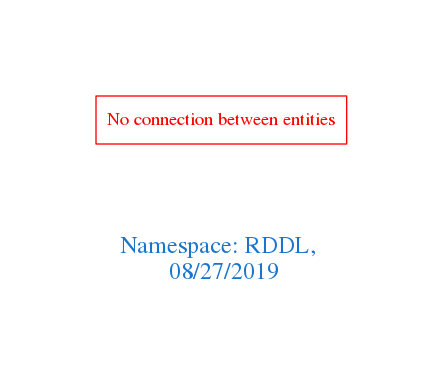
arago/OGIT keeps this Graphviz diagram as downloads/RDDL.png. Above is the earlier version. Its source is kept beside it as downloads/RDDL.dot.
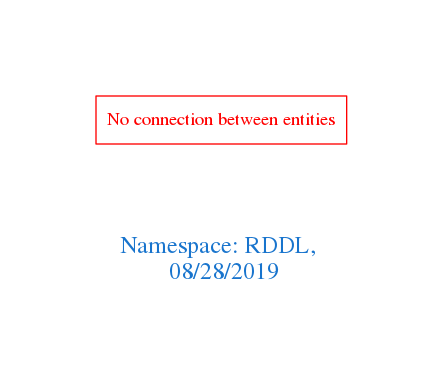
Above is the later version.

Diff of the diagram source:
```diff
@@ -1,7 +1,7 @@
 digraph OGIT_ontology {
  graph [ rankdir= LR,pad=1
 fontsize = 18,
-fontcolor= dodgerblue3,label = "\n\n\nNamespace: RDDL, \n 08/27/2019"];
+fontcolor= dodgerblue3,label = "\n\n\nNamespace: RDDL, \n 08/28/2019"];
 node[shape=polygon];
 edge [  color="gray81"];
 
```
